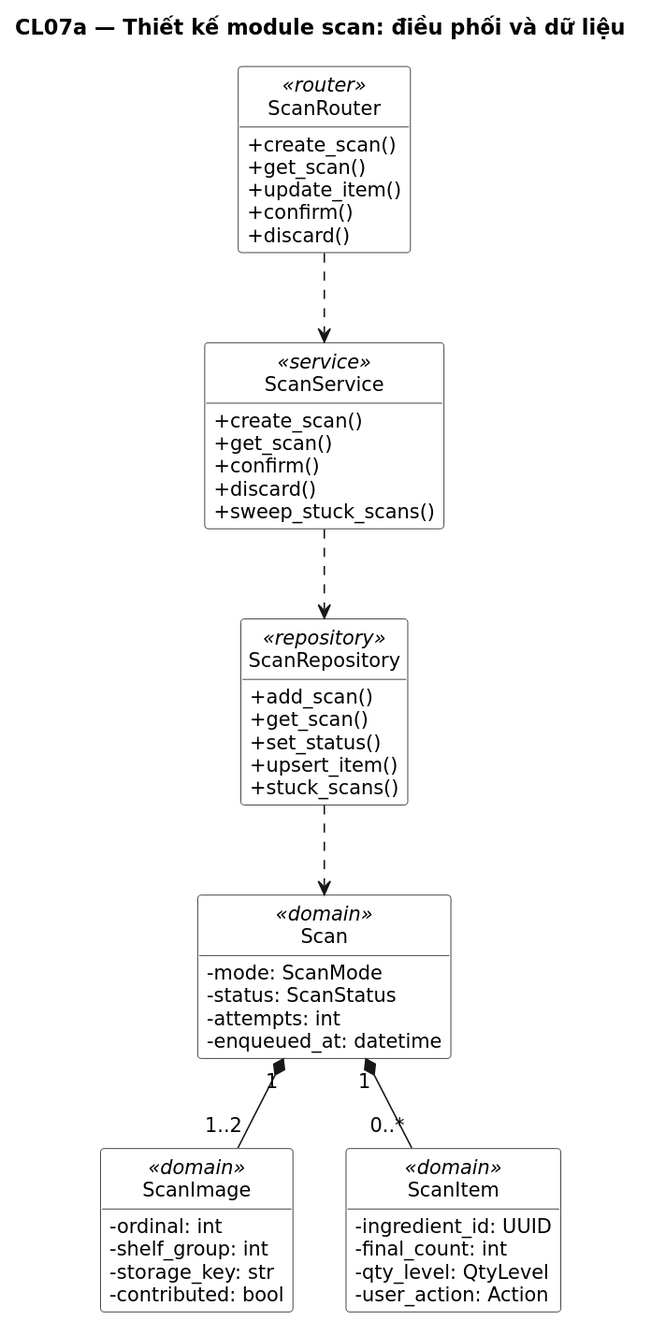
Before: docs/uml/out/class/CL07a-thiet-ke-scan-dieu-phoi.svg, a diagram exported from PlantUML (NamBuw/Tastoria). Source of this version:
```plantuml
@startuml
title CL07a — Thiết kế module scan: điều phối và dữ liệu
skinparam shadowing false
skinparam defaultFontName DejaVu Sans
skinparam defaultFontSize 13
skinparam dpi 110

hide circle
hide empty members
skinparam classAttributeIconSize 0
skinparam ClassBackgroundColor White

class "ScanRouter" as R <<router>> {
  +create_scan()
  +get_scan()
  +update_item()
  +confirm()
  +discard()
}
class "ScanService" as S <<service>> {
  +create_scan()
  +get_scan()
  +confirm()
  +discard()
  +sweep_stuck_scans()
}
class "ScanRepository" as RP <<repository>> {
  +add_scan()
  +get_scan()
  +set_status()
  +upsert_item()
  +stuck_scans()
}
class "Scan" as SC <<domain>> {
  -mode: ScanMode
  -status: ScanStatus
  -attempts: int
  -enqueued_at: datetime
}
class "ScanImage" as SI <<domain>> {
  -ordinal: int
  -shelf_group: int
  -storage_key: str
  -contributed: bool
}
class "ScanItem" as IT <<domain>> {
  -ingredient_id: UUID
  -final_count: int
  -qty_level: QtyLevel
  -user_action: Action
}

R ..> S
S ..> RP
RP ..> SC
SC "1" *-- "1..2" SI
SC "1" *-- "0..*" IT
@enduml
```
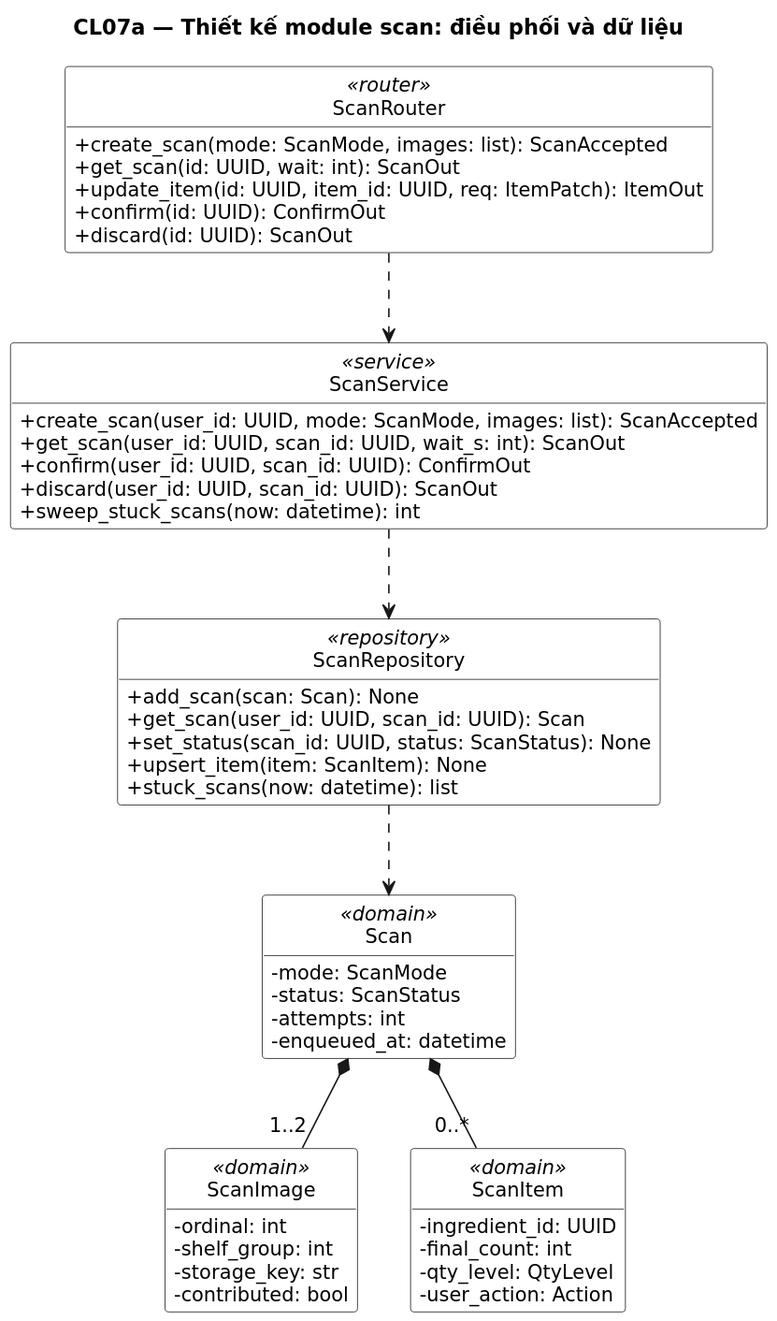
After the commit.

The edit, as a diff of the source:
```diff
@@ -11,25 +11,25 @@
 skinparam ClassBackgroundColor White
 
 class "ScanRouter" as R <<router>> {
-  +create_scan()
-  +get_scan()
-  +update_item()
-  +confirm()
-  +discard()
+  +create_scan(mode: ScanMode, images: list): ScanAccepted
+  +get_scan(id: UUID, wait: int): ScanOut
+  +update_item(id: UUID, item_id: UUID, req: ItemPatch): ItemOut
+  +confirm(id: UUID): ConfirmOut
+  +discard(id: UUID): ScanOut
 }
 class "ScanService" as S <<service>> {
-  +create_scan()
-  +get_scan()
-  +confirm()
-  +discard()
-  +sweep_stuck_scans()
+  +create_scan(user_id: UUID, mode: ScanMode, images: list): ScanAccepted
+  +get_scan(user_id: UUID, scan_id: UUID, wait_s: int): ScanOut
+  +confirm(user_id: UUID, scan_id: UUID): ConfirmOut
+  +discard(user_id: UUID, scan_id: UUID): ScanOut
+  +sweep_stuck_scans(now: datetime): int
 }
 class "ScanRepository" as RP <<repository>> {
-  +add_scan()
-  +get_scan()
-  +set_status()
-  +upsert_item()
-  +stuck_scans()
+  +add_scan(scan: Scan): None
+  +get_scan(user_id: UUID, scan_id: UUID): Scan
+  +set_status(scan_id: UUID, status: ScanStatus): None
+  +upsert_item(item: ScanItem): None
+  +stuck_scans(now: datetime): list
 }
 class "Scan" as SC <<domain>> {
   -mode: ScanMode
@@ -53,6 +53,6 @@
 R ..> S
 S ..> RP
 RP ..> SC
-SC "1" *-- "1..2" SI
-SC "1" *-- "0..*" IT
+SC *-- "1..2" SI
+SC *-- "0..*" IT
 @enduml
```
